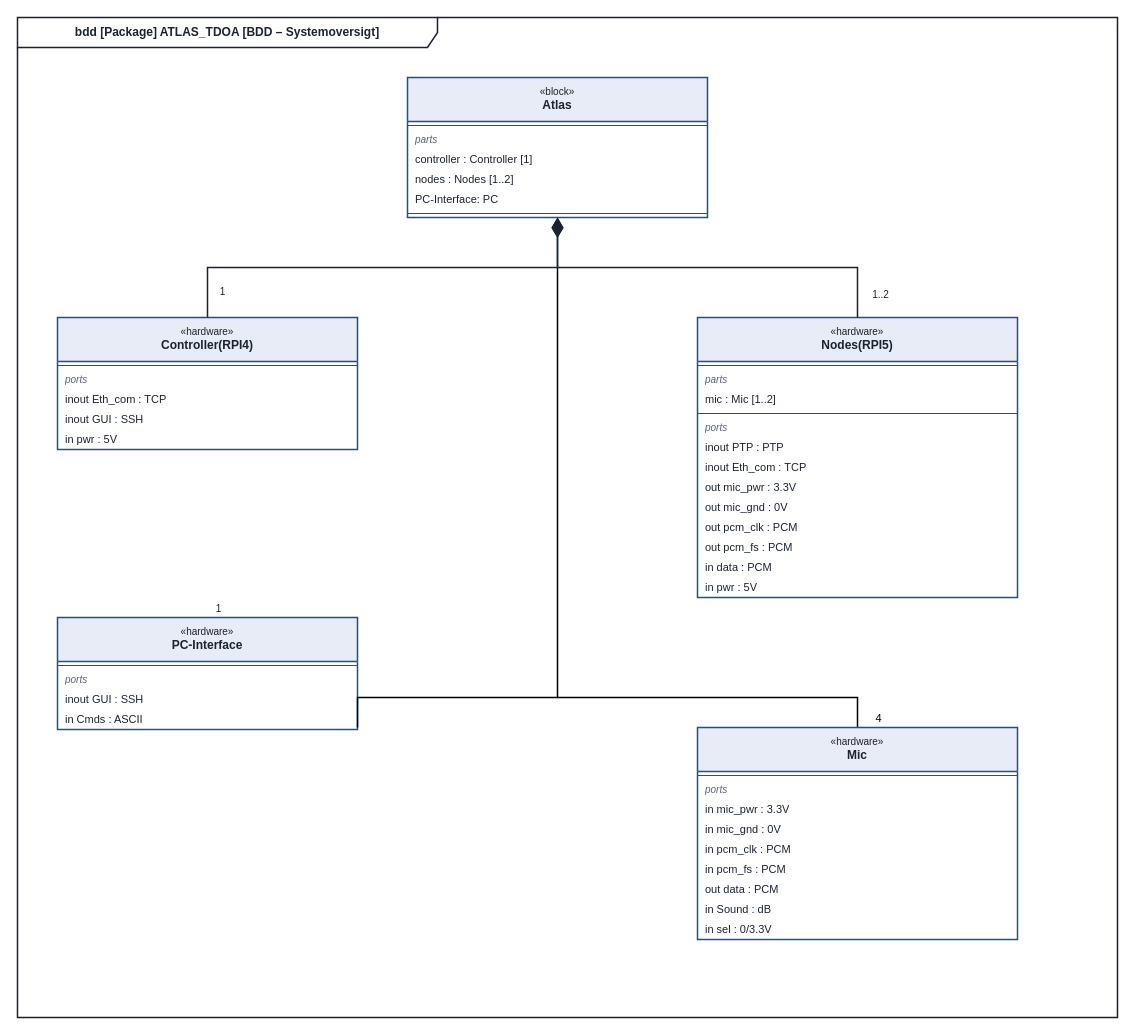
ViktorFoerrisdahl/SW3PRJ3_5 keeps this draw.io diagram as page "BDD-ATLAS" (1 of 2) of docs/construction/BDD-ATLAS.drawio. Above is the earlier version. Source tidied: cells renumbered, new cells numbered last; positions are measured from the earlier drawing's top-left corner, leaving out a move shared by most shapes. Both pictures are drawn from the tidied source at 100%, with x=0, y=0 at pixel (17, 17).
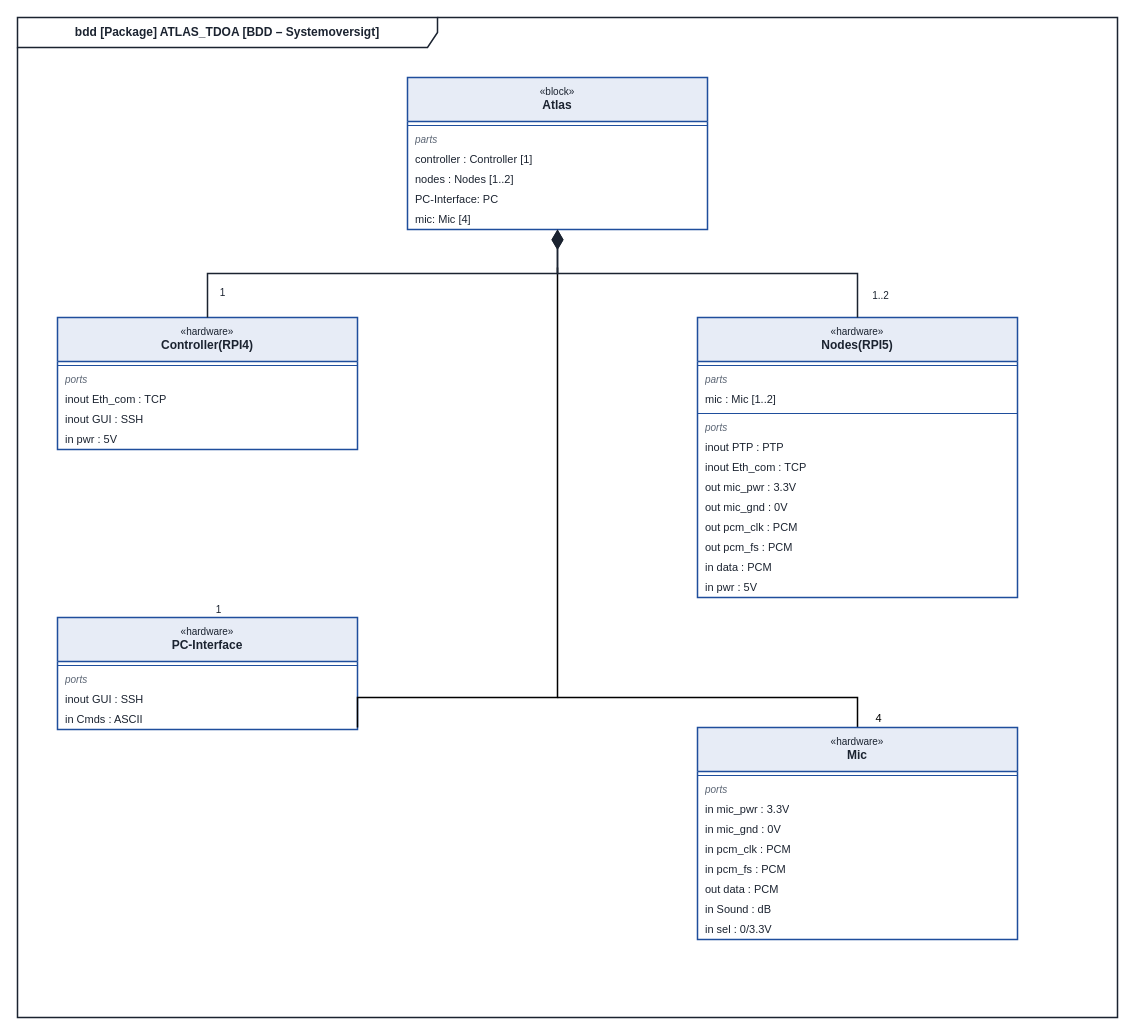
The same diagram, later.

Commit message:
Rettede små fejl -  BDD-ATLAS.drawio

Diff of the diagram source:
```diff
@@
     <mxCell id="3" value="&lt;font style=&quot;font-size:10px&quot;&gt;«block»&lt;/font&gt;&lt;br&gt;&lt;b&gt;Atlas&lt;/b&gt;" style="swimlane;fontStyle=0;align=center;verticalAlign=top;horizontal=1;startSize=44;html=1;whiteSpace=wrap;fontSize=12;fontColor=#1b2330;fillColor=#e7ecf6;strokeColor=#1f4e9c;swimlaneFillColor=#ffffff;strokeWidth=1.5;" parent="1" vertex="1">
-      <mxGeometry x="390" y="60" width="300" height="140" as="geometry" />
+      <mxGeometry x="390" y="60" width="300" height="152" as="geometry" />
     </mxCell>
@@
-    <mxCell id="9" style="line;strokeWidth=1;fillColor=none;align=left;verticalAlign=middle;spacingTop=-1;spacingLeft=3;spacingRight=3;labelPosition=right;strokeColor=#1f4e9c;" parent="3" vertex="1">
-      <mxGeometry y="132" width="300" height="8" as="geometry" />
-    </mxCell>
+    <mxCell id="53" value="mic: Mic [4]" style="text;strokeColor=none;fillColor=none;align=left;verticalAlign=middle;spacingLeft=6;spacingRight=4;overflow=hidden;whiteSpace=wrap;html=1;fontSize=11;fontColor=#1b2330;" parent="3" vertex="1">
+      <mxGeometry y="132" width="300" height="20" as="geometry" />
+    </mxCell>
```
